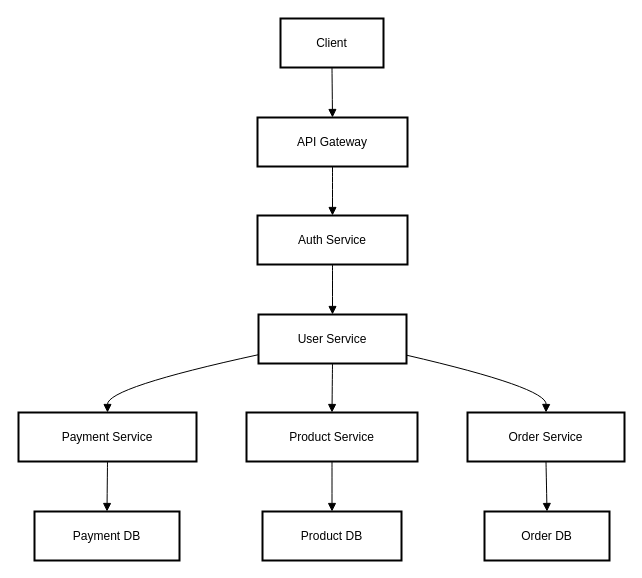
The draw.io diagram ChartFlow/Untitled Diagram.drawio in TeodorSim/TransfIT, before the edit. Source tidied: cells renumbered, new cells numbered last; positions are measured from the earlier drawing's top-left corner, leaving out a move shared by most shapes. Both pictures are drawn from the tidied source at 100%, with x=0, y=0 at pixel (18, 18).
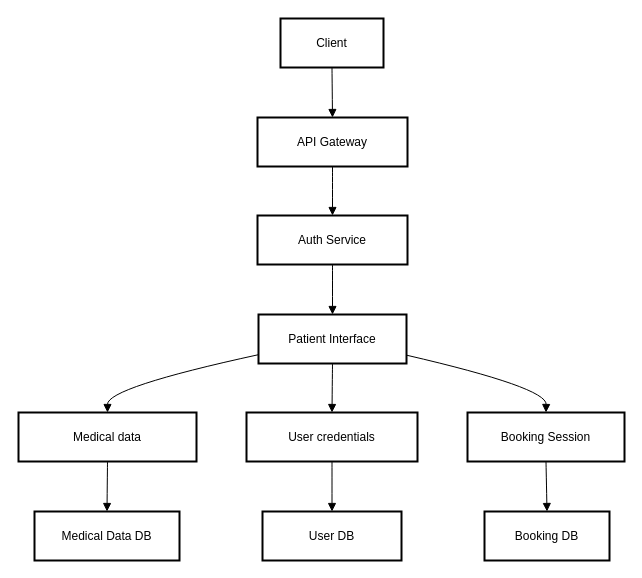
Above is the later version.

The edit, as a diff of the source:
```diff
@@
-    <mxCell id="5" value="User Service" style="whiteSpace=wrap;strokeWidth=2;" parent="1" vertex="1">
+    <mxCell id="5" value="Patient Interface" style="whiteSpace=wrap;strokeWidth=2;" parent="1" vertex="1">
       <mxGeometry x="240" y="296" width="148" height="49" as="geometry" />
     </mxCell>
-    <mxCell id="6" value="Payment Service" style="whiteSpace=wrap;strokeWidth=2;" parent="1" vertex="1">
+    <mxCell id="6" value="Medical data" style="whiteSpace=wrap;strokeWidth=2;" parent="1" vertex="1">
       <mxGeometry y="394" width="178" height="49" as="geometry" />
     </mxCell>
-    <mxCell id="7" value="Product Service" style="whiteSpace=wrap;strokeWidth=2;" parent="1" vertex="1">
+    <mxCell id="7" value="User credentials" style="whiteSpace=wrap;strokeWidth=2;" parent="1" vertex="1">
       <mxGeometry x="228" y="394" width="171" height="49" as="geometry" />
     </mxCell>
-    <mxCell id="8" value="Order Service" style="whiteSpace=wrap;strokeWidth=2;" parent="1" vertex="1">
+    <mxCell id="8" value="Booking Session" style="whiteSpace=wrap;strokeWidth=2;" parent="1" vertex="1">
       <mxGeometry x="449" y="394" width="157" height="49" as="geometry" />
     </mxCell>
-    <mxCell id="9" value="Payment DB" style="whiteSpace=wrap;strokeWidth=2;" parent="1" vertex="1">
+    <mxCell id="9" value="Medical Data DB" style="whiteSpace=wrap;strokeWidth=2;" parent="1" vertex="1">
       <mxGeometry x="16" y="493" width="145" height="49" as="geometry" />
     </mxCell>
-    <mxCell id="10" value="Product DB" style="whiteSpace=wrap;strokeWidth=2;" parent="1" vertex="1">
+    <mxCell id="10" value="User DB" style="whiteSpace=wrap;strokeWidth=2;" parent="1" vertex="1">
       <mxGeometry x="244" y="493" width="139" height="49" as="geometry" />
     </mxCell>
-    <mxCell id="11" value="Order DB" style="whiteSpace=wrap;strokeWidth=2;" parent="1" vertex="1">
+    <mxCell id="11" value="Booking DB" style="whiteSpace=wrap;strokeWidth=2;" parent="1" vertex="1">
       <mxGeometry x="466" y="493" width="125" height="49" as="geometry" />
     </mxCell>
```
